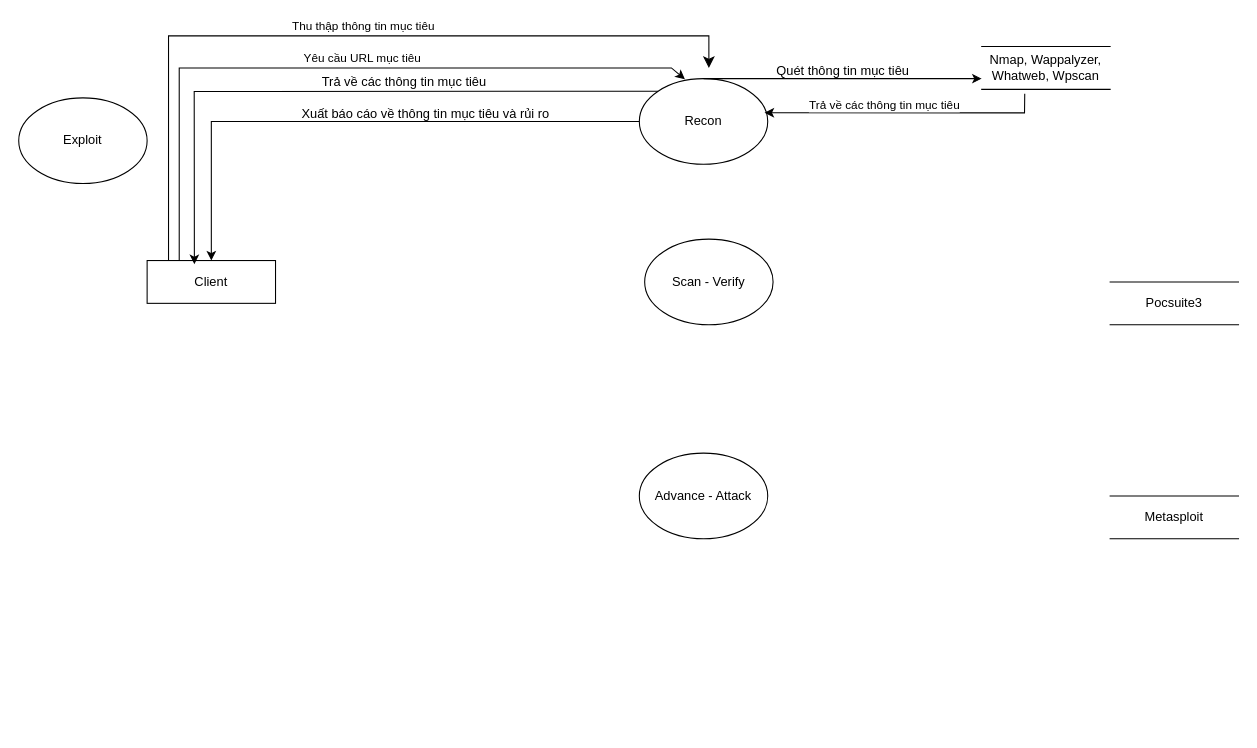
This is Python/Sơ đồ chức năng.drawio from TranKuBao/Try_hard_Code, a draw.io file, before an edit. Source tidied: cells renumbered, new cells numbered last; positions are measured from the earlier drawing's top-left corner, leaving out a move shared by most shapes. Both pictures are drawn from the tidied source at 107%, with x=0, y=0 at pixel (18, 35).
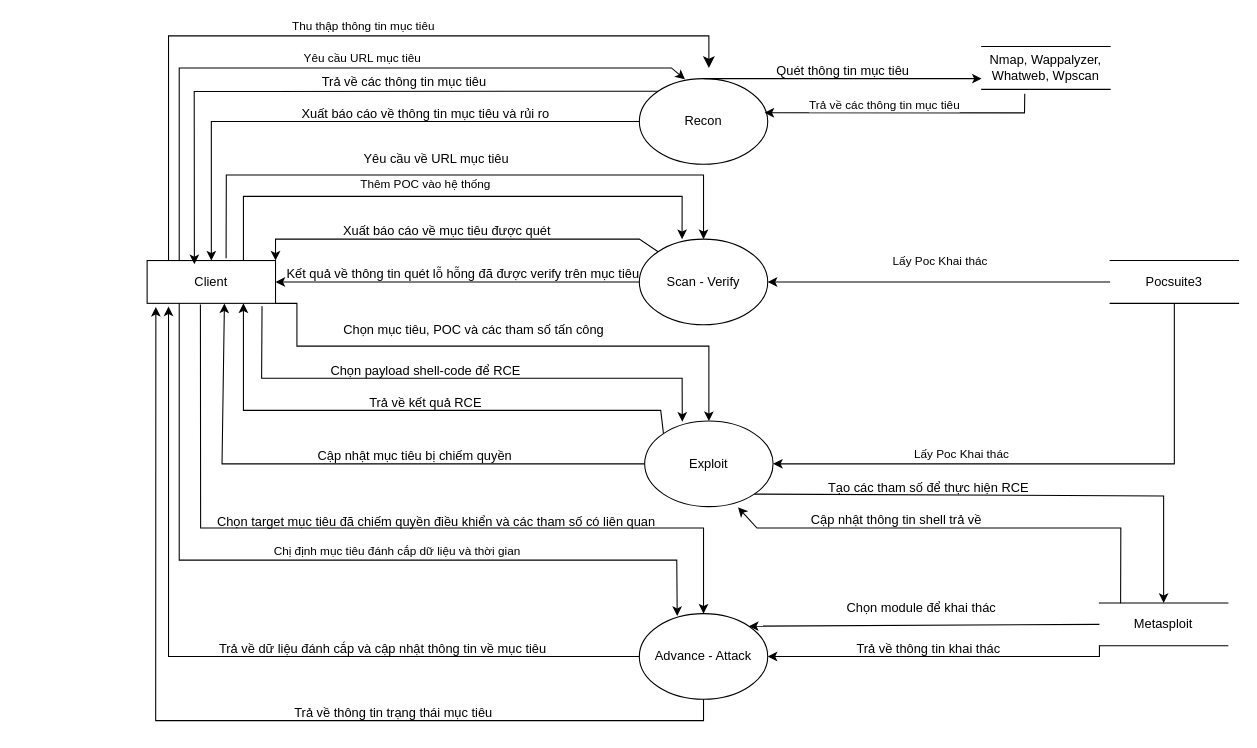
After the change.

The change refers to these unchanged cells:
```xml
<mxCell id="9" value="Client" style="rounded=0;whiteSpace=wrap;html=1;" parent="1" vertex="1">
  <mxGeometry x="120" y="210" width="120" height="40" as="geometry" />
</mxCell>
```

What changed in the source:
```diff
@@
     <mxCell id="3" value="Scan - Verify" style="ellipse;whiteSpace=wrap;html=1;" parent="1" vertex="1">
-      <mxGeometry x="585" y="190" width="120" height="80" as="geometry" />
+      <mxGeometry x="580" y="190" width="120" height="80" as="geometry" />
     </mxCell>
     <mxCell id="4" value="Exploit" style="ellipse;whiteSpace=wrap;html=1;" parent="1" vertex="1">
-      <mxGeometry y="58" width="120" height="80" as="geometry" />
+      <mxGeometry x="585" y="360" width="120" height="80" as="geometry" />
     </mxCell>
     <mxCell id="5" value="Advance - Attack" style="ellipse;whiteSpace=wrap;html=1;" parent="1" vertex="1">
-      <mxGeometry x="580" y="390" width="120" height="80" as="geometry" />
+      <mxGeometry x="580" y="540" width="120" height="80" as="geometry" />
     </mxCell>
@@
     <mxCell id="7" value="Pocsuite3" style="shape=partialRectangle;whiteSpace=wrap;html=1;left=0;right=0;fillColor=none;" parent="1" vertex="1">
-      <mxGeometry x="1020" y="230" width="120" height="40" as="geometry" />
+      <mxGeometry x="1020" y="210" width="120" height="40" as="geometry" />
     </mxCell>
     <mxCell id="8" value="Metasploit" style="shape=partialRectangle;whiteSpace=wrap;html=1;left=0;right=0;fillColor=none;" parent="1" vertex="1">
-      <mxGeometry x="1020" y="430" width="120" height="40" as="geometry" />
+      <mxGeometry x="1010" y="530" width="120" height="40" as="geometry" />
     </mxCell>
@@
+    <mxCell id="22" style="endArrow=classic;html=1;rounded=0;exitX=0.615;exitY=-0.055;exitDx=0;exitDy=0;exitPerimeter=0;entryX=0.5;entryY=0;entryDx=0;entryDy=0;" parent="1" edge="1" source="9" target="3">
+      <mxGeometry relative="1" as="geometry">
+        <Array as="points">
+          <mxPoint x="194" y="130" />
+          <mxPoint x="640" y="130" />
+        </Array>
+      </mxGeometry>
+    </mxCell>
+    <mxCell id="23" value="Yêu cầu về URL mục tiêu" style="text;html=1;align=center;verticalAlign=middle;strokeColor=none;fillColor=none;" parent="1" vertex="1">
+      <mxGeometry x="310" y="100" width="160" height="30" as="geometry" />
+    </mxCell>
+    <mxCell id="24" style="endArrow=classic;html=1;rounded=0;exitX=0.75;exitY=0;exitDx=0;exitDy=0;entryX=0.333;entryY=0;entryDx=0;entryDy=0;entryPerimeter=0;" parent="1" edge="1" source="9" target="3">
+      <mxGeometry relative="1" as="geometry">
+        <Array as="points">
+          <mxPoint x="210" y="150" />
+          <mxPoint x="620" y="150" />
+        </Array>
+      </mxGeometry>
+    </mxCell>
+    <mxCell id="25" value="Thêm POC vào hệ thống" style="edgeLabel;html=1;align=center;verticalAlign=middle;" parent="24" vertex="1">
+      <mxGeometry x="0.02" y="4" relative="1" as="geometry">
+        <mxPoint x="-31" y="-8" as="offset" />
+      </mxGeometry>
+    </mxCell>
+    <mxCell id="26" style="endArrow=classic;html=1;rounded=0;exitX=0;exitY=0.5;exitDx=0;exitDy=0;entryX=1;entryY=0.5;entryDx=0;entryDy=0;" parent="1" edge="1" source="7" target="3">
+      <mxGeometry relative="1" as="geometry" />
+    </mxCell>
+    <mxCell id="27" value="Lấy Poc Khai thác" style="edgeLabel;html=1;align=center;verticalAlign=middle;" parent="26" vertex="1">
+      <mxGeometry x="0.03" y="3" relative="1" as="geometry">
+        <mxPoint x="5" y="-23" as="offset" />
+      </mxGeometry>
+    </mxCell>
+    <mxCell id="28" style="endArrow=classic;html=1;rounded=0;entryX=1;entryY=0.5;entryDx=0;entryDy=0;exitX=0;exitY=0.5;exitDx=0;exitDy=0;" parent="1" edge="1" source="3" target="9">
+      <mxGeometry relative="1" as="geometry" />
+    </mxCell>
+    <mxCell id="29" value="Kết quả về thông tin quét lỗ hỗng đã được verify trên mục tiêu" style="text;html=1;align=center;verticalAlign=middle;strokeColor=none;fillColor=none;" parent="1" vertex="1">
+      <mxGeometry x="240" y="208" width="350" height="30" as="geometry" />
+    </mxCell>
+    <mxCell id="30" style="endArrow=classic;html=1;rounded=0;entryX=1;entryY=0;entryDx=0;entryDy=0;exitX=0;exitY=0;exitDx=0;exitDy=0;" parent="1" edge="1" source="3" target="9">
+      <mxGeometry relative="1" as="geometry">
+        <Array as="points">
+          <mxPoint x="580" y="190" />
+          <mxPoint x="240" y="190" />
+        </Array>
+      </mxGeometry>
+    </mxCell>
+    <mxCell id="31" value="Xuất báo cáo về mục tiêu được quét" style="text;html=1;align=center;verticalAlign=middle;strokeColor=none;fillColor=none;" parent="1" vertex="1">
+      <mxGeometry x="290" y="168" width="220" height="30" as="geometry" />
+    </mxCell>
+    <mxCell id="32" style="endArrow=classic;html=1;rounded=0;entryX=1;entryY=0.5;entryDx=0;entryDy=0;exitX=0.5;exitY=1;exitDx=0;exitDy=0;" parent="1" edge="1" source="7" target="4">
+      <mxGeometry relative="1" as="geometry">
+        <Array as="points">
+          <mxPoint x="1080" y="400" />
+        </Array>
+      </mxGeometry>
+    </mxCell>
+    <mxCell id="33" value="Lấy Poc Khai thác" style="edgeLabel;html=1;align=center;verticalAlign=middle;" parent="1" vertex="1">
+      <mxGeometry x="880" y="390" as="geometry" />
+    </mxCell>
+    <mxCell id="34" style="endArrow=classic;html=1;rounded=0;exitX=1;exitY=1;exitDx=0;exitDy=0;entryX=0.5;entryY=0;entryDx=0;entryDy=0;" parent="1" edge="1" source="9" target="4">
+      <mxGeometry relative="1" as="geometry">
+        <Array as="points">
+          <mxPoint x="260" y="250" />
+          <mxPoint x="260" y="290" />
+          <mxPoint x="645" y="290" />
+        </Array>
+      </mxGeometry>
+    </mxCell>
+    <mxCell id="35" value="Chọn mục tiêu, POC và các tham số tấn công" style="text;html=1;align=center;verticalAlign=middle;strokeColor=none;fillColor=none;" parent="1" vertex="1">
+      <mxGeometry x="290" y="260" width="270" height="30" as="geometry" />
+    </mxCell>
+    <mxCell id="36" style="endArrow=classic;html=1;rounded=0;exitX=0.895;exitY=1.065;exitDx=0;exitDy=0;exitPerimeter=0;entryX=0.293;entryY=0.008;entryDx=0;entryDy=0;entryPerimeter=0;" parent="1" edge="1" source="9" target="4">
+      <mxGeometry relative="1" as="geometry">
+        <Array as="points">
+          <mxPoint x="227" y="320" />
+          <mxPoint x="620" y="320" />
+        </Array>
+      </mxGeometry>
+    </mxCell>
+    <mxCell id="37" value="Chọn payload shell-code để RCE" style="text;html=1;align=center;verticalAlign=middle;strokeColor=none;fillColor=none;" parent="1" vertex="1">
+      <mxGeometry x="280" y="298" width="200" height="30" as="geometry" />
+    </mxCell>
+    <mxCell id="38" style="endArrow=classic;html=1;rounded=0;entryX=0.75;entryY=1;entryDx=0;entryDy=0;exitX=0;exitY=0;exitDx=0;exitDy=0;" parent="1" edge="1" source="4" target="9">
+      <mxGeometry relative="1" as="geometry">
+        <Array as="points">
+          <mxPoint x="600" y="350" />
+          <mxPoint x="210" y="350" />
+        </Array>
+      </mxGeometry>
+    </mxCell>
+    <mxCell id="39" value="Trả về kết quả RCE" style="text;html=1;align=center;verticalAlign=middle;strokeColor=none;fillColor=none;" parent="1" vertex="1">
+      <mxGeometry x="315" y="328" width="130" height="30" as="geometry" />
+    </mxCell>
+    <mxCell id="40" style="endArrow=classic;html=1;rounded=0;exitX=1;exitY=1;exitDx=0;exitDy=0;entryX=0.5;entryY=0;entryDx=0;entryDy=0;" parent="1" edge="1" source="4" target="8">
+      <mxGeometry relative="1" as="geometry">
+        <Array as="points">
+          <mxPoint x="1070" y="430" />
+        </Array>
+      </mxGeometry>
+    </mxCell>
+    <mxCell id="41" value="Tạo các tham số để thực hiện RCE" style="text;html=1;align=center;verticalAlign=middle;strokeColor=none;fillColor=none;" parent="1" vertex="1">
+      <mxGeometry x="745" y="408" width="210" height="30" as="geometry" />
+    </mxCell>
+    <mxCell id="42" style="endArrow=classic;html=1;rounded=0;exitX=0.165;exitY=0.005;exitDx=0;exitDy=0;entryX=0.727;entryY=1.008;entryDx=0;entryDy=0;entryPerimeter=0;exitPerimeter=0;" parent="1" edge="1" source="8" target="4">
+      <mxGeometry relative="1" as="geometry">
+        <Array as="points">
+          <mxPoint x="1030" y="460" />
+          <mxPoint x="690" y="460" />
+        </Array>
+      </mxGeometry>
+    </mxCell>
+    <mxCell id="43" value="Cập nhật thông tin shell trả về" style="text;html=1;align=center;verticalAlign=middle;strokeColor=none;fillColor=none;" parent="1" vertex="1">
+      <mxGeometry x="730" y="438" width="180" height="30" as="geometry" />
+    </mxCell>
+    <mxCell id="44" style="endArrow=classic;html=1;rounded=0;entryX=0.602;entryY=1.005;entryDx=0;entryDy=0;entryPerimeter=0;exitX=0;exitY=0.5;exitDx=0;exitDy=0;" parent="1" edge="1" source="4" target="9">
+      <mxGeometry relative="1" as="geometry">
+        <Array as="points">
+          <mxPoint x="190" y="400" />
+        </Array>
+      </mxGeometry>
+    </mxCell>
+    <mxCell id="45" style="endArrow=classic;html=1;rounded=0;exitX=0.25;exitY=1;exitDx=0;exitDy=0;entryX=0.295;entryY=0.027;entryDx=0;entryDy=0;entryPerimeter=0;" parent="1" edge="1" source="9" target="5">
+      <mxGeometry relative="1" as="geometry">
+        <Array as="points">
+          <mxPoint x="150" y="490" />
+          <mxPoint x="615" y="490" />
+        </Array>
+      </mxGeometry>
+    </mxCell>
+    <mxCell id="46" value="Chị định mục tiêu đánh cắp dữ liệu và thời gian&amp;nbsp;" style="edgeLabel;html=1;align=center;verticalAlign=middle;" parent="45" vertex="1">
+      <mxGeometry x="0.03" y="4" relative="1" as="geometry">
+        <mxPoint x="54" y="-5" as="offset" />
+      </mxGeometry>
+    </mxCell>
+    <mxCell id="47" style="endArrow=classic;html=1;rounded=0;exitX=0.415;exitY=1.025;exitDx=0;exitDy=0;exitPerimeter=0;entryX=0.5;entryY=0;entryDx=0;entryDy=0;" parent="1" edge="1" source="9" target="5">
+      <mxGeometry relative="1" as="geometry">
+        <Array as="points">
+          <mxPoint x="170" y="460" />
+          <mxPoint x="640" y="460" />
+        </Array>
+      </mxGeometry>
+    </mxCell>
+    <mxCell id="48" style="endArrow=classic;html=1;rounded=0;entryX=1;entryY=0.5;entryDx=0;entryDy=0;exitX=0;exitY=1;exitDx=0;exitDy=0;" parent="1" edge="1" source="8" target="5">
+      <mxGeometry relative="1" as="geometry">
+        <Array as="points">
+          <mxPoint x="1010" y="580" />
+        </Array>
+      </mxGeometry>
+    </mxCell>
+    <mxCell id="49" style="endArrow=classic;html=1;rounded=0;entryX=1;entryY=0;entryDx=0;entryDy=0;exitX=0;exitY=0.5;exitDx=0;exitDy=0;" parent="1" edge="1" source="8" target="5">
+      <mxGeometry relative="1" as="geometry" />
+    </mxCell>
+    <mxCell id="50" value="Chọn target mục tiêu đã chiếm quyền điều khiển và các tham số có liên quan" style="text;html=1;align=center;verticalAlign=middle;strokeColor=none;fillColor=none;" parent="1" vertex="1">
+      <mxGeometry x="175" y="440" width="430" height="30" as="geometry" />
+    </mxCell>
+    <mxCell id="51" value="Cập nhật mục tiêu bị chiếm quyền" style="text;html=1;align=center;verticalAlign=middle;strokeColor=none;fillColor=none;" parent="1" vertex="1">
+      <mxGeometry x="270" y="378" width="200" height="30" as="geometry" />
+    </mxCell>
+    <mxCell id="52" value="Chọn module để khai thác&amp;nbsp;" style="text;html=1;align=center;verticalAlign=middle;strokeColor=none;fillColor=none;" parent="1" vertex="1">
+      <mxGeometry x="760" y="520" width="170" height="30" as="geometry" />
+    </mxCell>
+    <mxCell id="53" value="Trả về thông tin khai thác" style="text;html=1;align=center;verticalAlign=middle;strokeColor=none;fillColor=none;" parent="1" vertex="1">
+      <mxGeometry x="770" y="558" width="160" height="30" as="geometry" />
+    </mxCell>
+    <mxCell id="54" style="endArrow=classic;html=1;rounded=0;" parent="1" edge="1" source="5">
+      <mxGeometry relative="1" as="geometry">
+        <mxPoint x="140" y="253" as="targetPoint" />
+        <Array as="points">
+          <mxPoint x="140" y="580" />
+        </Array>
+      </mxGeometry>
+    </mxCell>
+    <mxCell id="55" value="Trả về dữ liệu đánh cắp và cập nhật thông tin về mục tiêu" style="text;html=1;align=center;verticalAlign=middle;strokeColor=none;fillColor=none;" parent="1" vertex="1">
+      <mxGeometry x="175" y="558" width="330" height="30" as="geometry" />
+    </mxCell>
+    <mxCell id="56" style="endArrow=classic;html=1;rounded=0;entryX=0.068;entryY=1.085;entryDx=0;entryDy=0;entryPerimeter=0;exitX=0.5;exitY=1;exitDx=0;exitDy=0;" parent="1" edge="1" source="5" target="9">
+      <mxGeometry relative="1" as="geometry">
+        <Array as="points">
+          <mxPoint x="640" y="640" />
+          <mxPoint x="128" y="640" />
+        </Array>
+      </mxGeometry>
+    </mxCell>
+    <mxCell id="57" value="Trả về thông tin trạng thái mục tiêu" style="text;html=1;align=center;verticalAlign=middle;strokeColor=none;fillColor=none;" parent="1" vertex="1">
+      <mxGeometry x="245" y="618" width="210" height="30" as="geometry" />
+    </mxCell>
```
